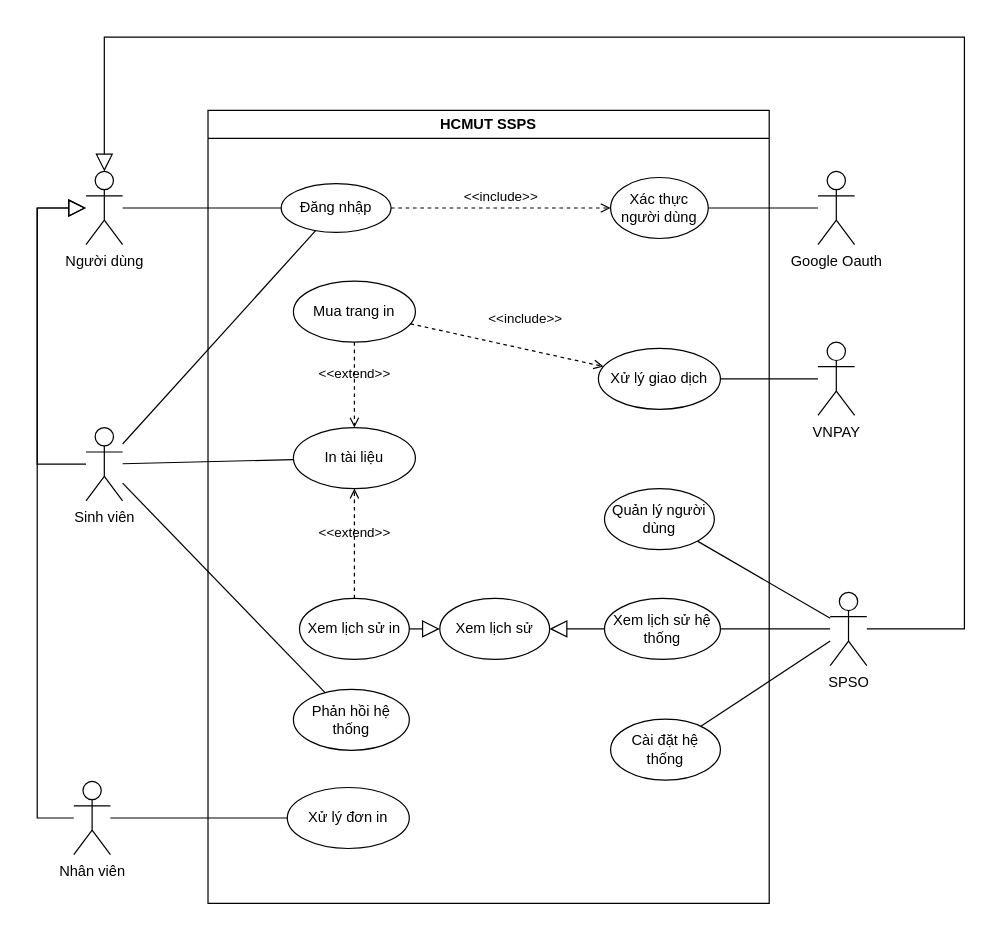
Earlier version of the draw.io diagram ssps-use-cases.drawio (blueonline07/test-somth). Source tidied: cells renumbered, new cells numbered last; positions are measured from the earlier drawing's top-left corner, leaving out a move shared by most shapes. Both pictures are drawn from the tidied source at 122%, with x=0, y=0 at pixel (37, 37).
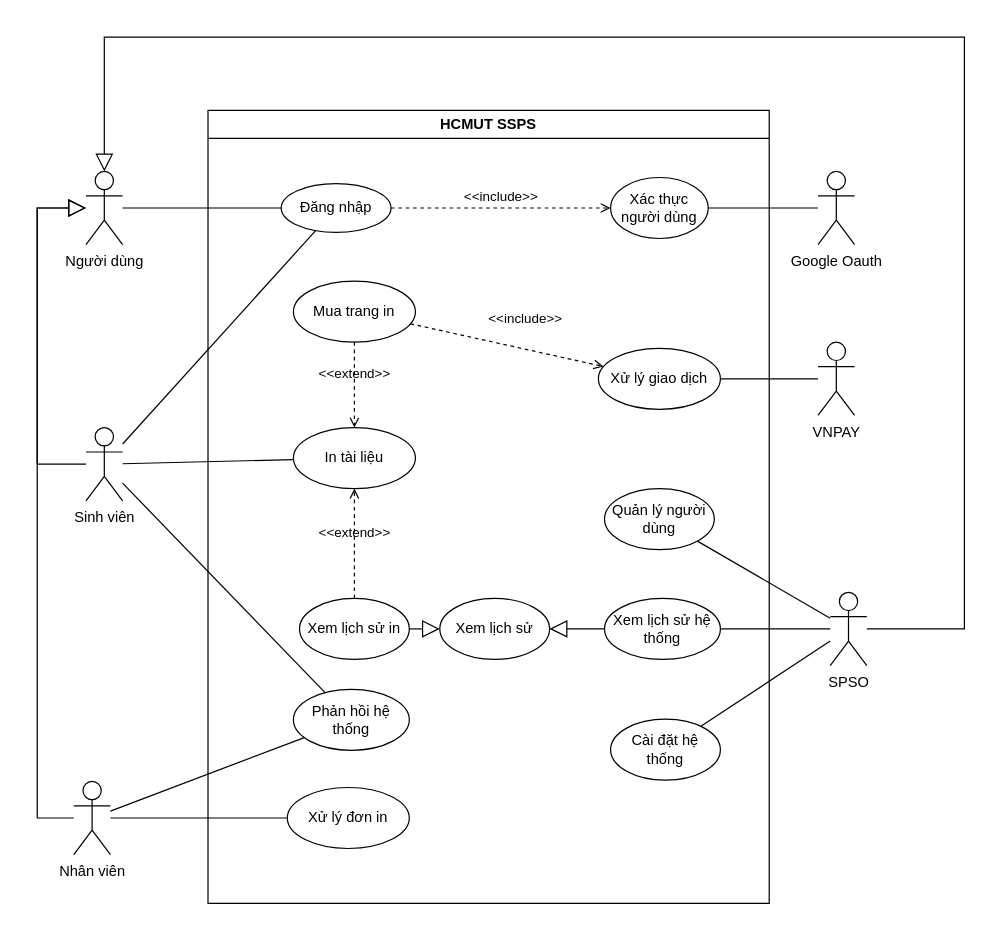
The same page after the edit.

Unchanged cells that the change refers to:
```xml
<mxCell id="7" value="Phản hồi hệ thống" style="ellipse;whiteSpace=wrap;html=1;" parent="2" vertex="1">
  <mxGeometry x="70" y="474.5" width="95" height="50" as="geometry" />
</mxCell>
<mxCell id="35" value="Nhân viên" style="shape=umlActor;verticalLabelPosition=bottom;verticalAlign=top;html=1;outlineConnect=0;" parent="1" vertex="1">
  <mxGeometry x="30" y="610" width="30" height="60" as="geometry" />
</mxCell>
```

Change to the diagram source:
```diff
@@
+    <mxCell id="40" style="endArrow=none;html=1;rounded=0;" parent="1" edge="1" source="35" target="7">
+      <mxGeometry relative="1" as="geometry" />
+    </mxCell>
```
